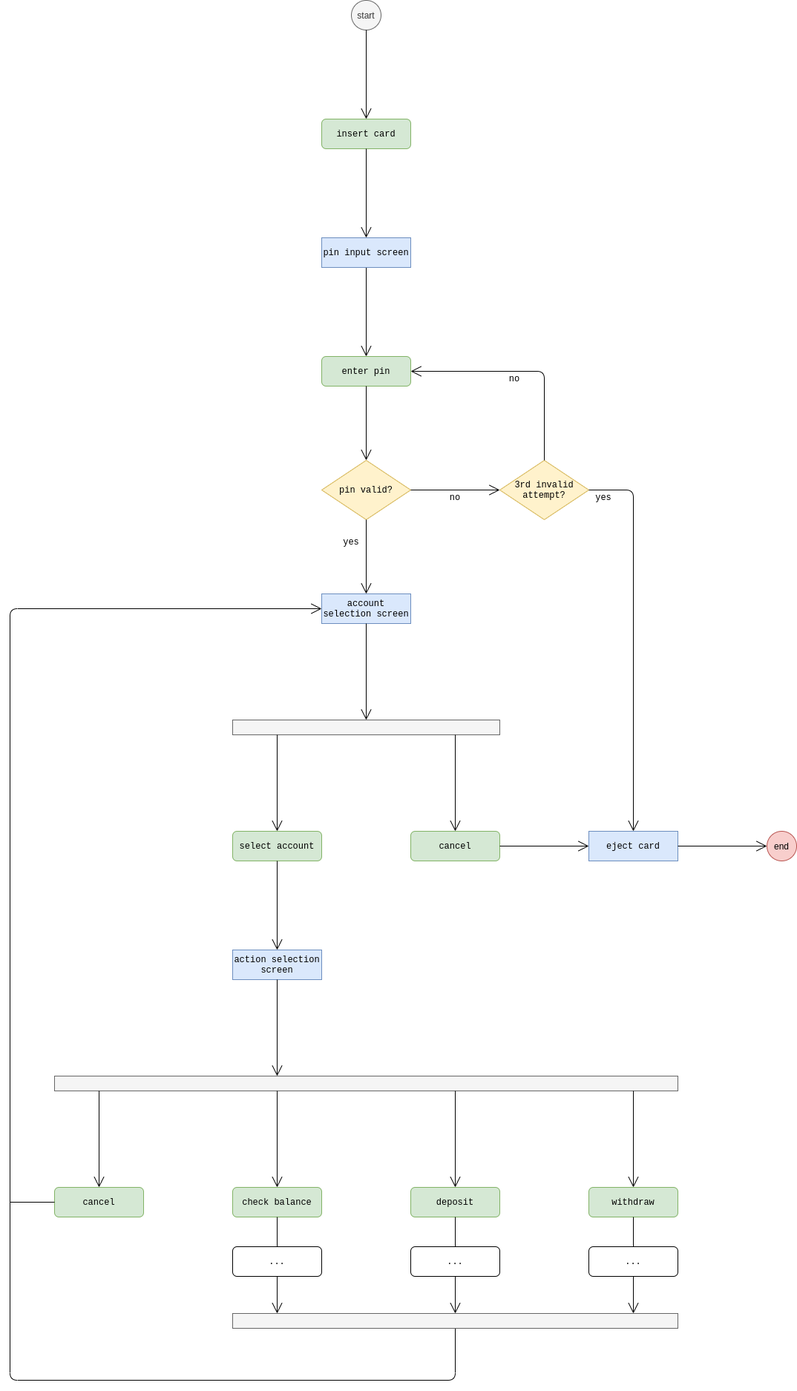
Above: docs/static/atm_controller_flow.png in greymistcube/atm_controller (draw.io), before the change. Source tidied: cells renumbered, new cells last; positions are measured from the earlier drawing's top-left corner, leaving out a move shared by most shapes.
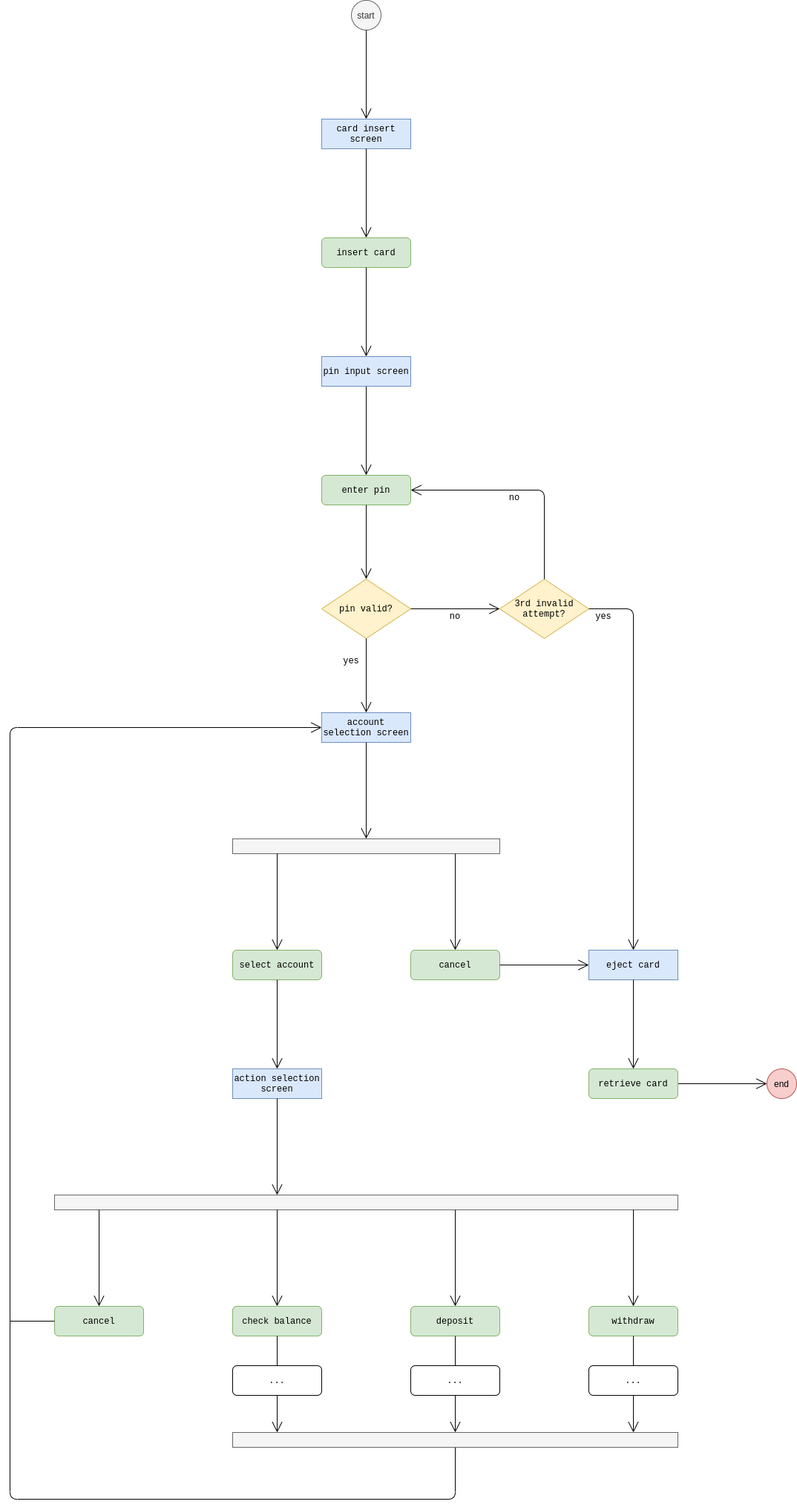
After the change.

Diff of the diagram source:
```diff
@@ -3,7 +3,7 @@
     <mxCell id="0" />
     <mxCell id="1" parent="0" />
     <mxCell id="2" value="start" style="ellipse;whiteSpace=wrap;html=1;fillColor=#f5f5f5;strokeColor=#666666;fontColor=#333333;" parent="1" vertex="1">
-      <mxGeometry x="460" width="40" height="40" as="geometry" />
+      <mxGeometry x="460" y="-160" width="40" height="40" as="geometry" />
     </mxCell>
     <mxCell id="3" value="insert card" style="rounded=1;whiteSpace=wrap;html=1;fontFamily=Courier New;fillColor=#d5e8d4;strokeColor=#82b366;" parent="1" vertex="1">
       <mxGeometry x="420" y="160" width="120" height="40" as="geometry" />
@@ -140,11 +140,11 @@
         </Array>
       </mxGeometry>
     </mxCell>
-    <mxCell id="34" style="endArrow=open;endFill=1;endSize=12;html=1;fontFamily=Courier New;exitX=1;exitY=0.5;exitDx=0;exitDy=0;entryX=0;entryY=0.5;entryDx=0;entryDy=0;" parent="1" edge="1" source="9" target="35">
+    <mxCell id="34" style="endArrow=open;endFill=1;endSize=12;html=1;fontFamily=Courier New;exitX=1;exitY=0.5;exitDx=0;exitDy=0;entryX=0;entryY=0.5;entryDx=0;entryDy=0;" parent="1" edge="1" source="54" target="35">
       <mxGeometry relative="1" as="geometry" />
     </mxCell>
     <mxCell id="35" value="end" style="ellipse;whiteSpace=wrap;html=1;fillColor=#f8cecc;strokeColor=#b85450;" parent="1" vertex="1">
-      <mxGeometry x="1020" y="1120" width="40" height="40" as="geometry" />
+      <mxGeometry x="1020" y="1280" width="40" height="40" as="geometry" />
     </mxCell>
     <mxCell id="36" style="endArrow=open;endFill=1;endSize=12;html=1;fontFamily=Courier New;exitX=1;exitY=0.5;exitDx=0;exitDy=0;entryX=0;entryY=0.5;entryDx=0;entryDy=0;" parent="1" edge="1" source="5" target="8">
       <mxGeometry relative="1" as="geometry" />
@@ -158,7 +158,7 @@
     <mxCell id="39" style="endArrow=open;endFill=1;endSize=12;html=1;fontFamily=Courier New;entryX=0.5;entryY=0;entryDx=0;entryDy=0;exitX=0.5;exitY=1;exitDx=0;exitDy=0;" parent="1" edge="1" source="45" target="4">
       <mxGeometry relative="1" as="geometry" />
     </mxCell>
-    <mxCell id="40" style="endArrow=open;endFill=1;endSize=12;html=1;fontFamily=Courier New;exitX=0.5;exitY=1;exitDx=0;exitDy=0;entryX=0.5;entryY=0;entryDx=0;entryDy=0;" parent="1" edge="1" source="2" target="3">
+    <mxCell id="40" style="endArrow=open;endFill=1;endSize=12;html=1;fontFamily=Courier New;exitX=0.5;exitY=1;exitDx=0;exitDy=0;entryX=0.5;entryY=0;entryDx=0;entryDy=0;" parent="1" edge="1" source="2" target="52">
       <mxGeometry relative="1" as="geometry" />
     </mxCell>
     <mxCell id="41" style="endArrow=open;endFill=1;endSize=12;html=1;fontFamily=Courier New;exitX=0.5;exitY=0;exitDx=0;exitDy=0;entryX=1;entryY=0.5;entryDx=0;entryDy=0;" parent="1" edge="1" source="8" target="4">
@@ -200,5 +200,17 @@
     <mxCell id="51" value="..." style="rounded=1;whiteSpace=wrap;html=1;fontFamily=Courier New;" parent="1" vertex="1">
       <mxGeometry x="780" y="1680" width="120" height="40" as="geometry" />
     </mxCell>
+    <mxCell id="52" value="card insert screen" style="rounded=0;whiteSpace=wrap;html=1;fontFamily=Courier New;fillColor=#dae8fc;strokeColor=#6c8ebf;" parent="1" vertex="1">
+      <mxGeometry x="420" width="120" height="40" as="geometry" />
+    </mxCell>
+    <mxCell id="53" style="endArrow=open;endFill=1;endSize=12;html=1;fontFamily=Courier New;exitX=0.5;exitY=1;exitDx=0;exitDy=0;entryX=0.5;entryY=0;entryDx=0;entryDy=0;" parent="1" edge="1" source="52" target="3">
+      <mxGeometry relative="1" as="geometry" />
+    </mxCell>
+    <mxCell id="54" value="retrieve card" style="rounded=1;whiteSpace=wrap;html=1;fontFamily=Courier New;fillColor=#d5e8d4;strokeColor=#82b366;" parent="1" vertex="1">
+      <mxGeometry x="780" y="1280" width="120" height="40" as="geometry" />
+    </mxCell>
+    <mxCell id="55" style="endArrow=open;endFill=1;endSize=12;html=1;fontFamily=Courier New;exitX=0.5;exitY=1;exitDx=0;exitDy=0;entryX=0.5;entryY=0;entryDx=0;entryDy=0;" parent="1" edge="1" source="9" target="54">
+      <mxGeometry relative="1" as="geometry" />
+    </mxCell>
   </root>
 </mxGraphModel>
```
